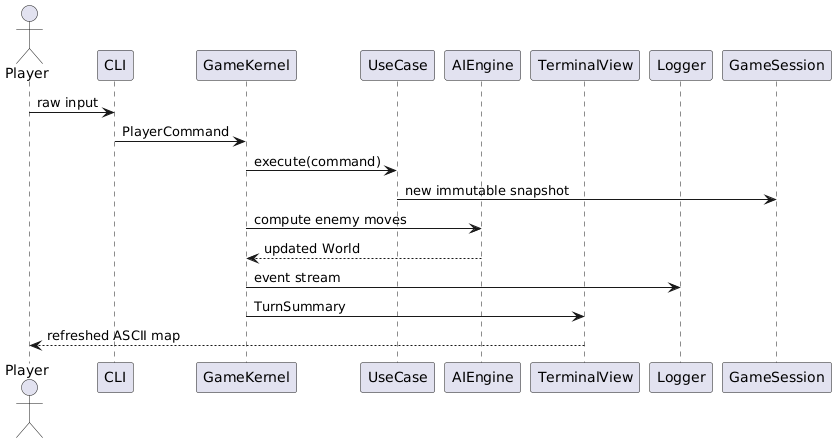
Above: docs/03_architecture_design/sequence_arch_sclata.png in ferriforty/PPS-24-Scalata (PlantUML), before the change. Source of this version:
```plantuml
@startuml
actor Player
Participant CLI as CLI
Participant GameKernel
Participant UseCase as UC
Participant AIEngine
Participant TerminalView as TV
Participant Logger

Player -> CLI : raw input
CLI -> GameKernel : PlayerCommand
GameKernel -> UC : execute(command)
UC -> GameSession : new immutable snapshot
GameKernel -> AIEngine : compute enemy moves
AIEngine --> GameKernel : updated World
GameKernel -> Logger : event stream
GameKernel -> TV : TurnSummary
TV --> Player : refreshed ASCII map
@enduml
```
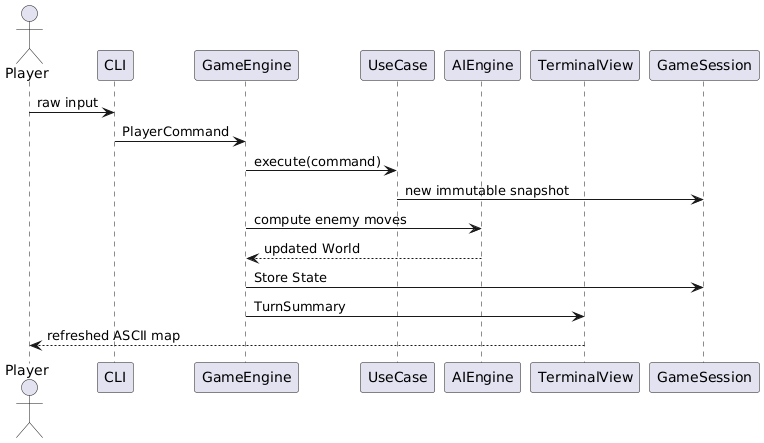
Later version of the same file.

The edit, as a diff of the source:
```diff
@@ -1,19 +1,18 @@
 @startuml
 actor Player
 Participant CLI as CLI
-Participant GameKernel
+Participant GameEngine
 Participant UseCase as UC
 Participant AIEngine
 Participant TerminalView as TV
-Participant Logger
 
 Player -> CLI : raw input
-CLI -> GameKernel : PlayerCommand
-GameKernel -> UC : execute(command)
+CLI -> GameEngine : PlayerCommand
+GameEngine -> UC : execute(command)
 UC -> GameSession : new immutable snapshot
-GameKernel -> AIEngine : compute enemy moves
-AIEngine --> GameKernel : updated World
-GameKernel -> Logger : event stream
-GameKernel -> TV : TurnSummary
+GameEngine -> AIEngine : compute enemy moves
+AIEngine --> GameEngine : updated World
+GameEngine -> GameSession : Store State
+GameEngine -> TV : TurnSummary
 TV --> Player : refreshed ASCII map
 @enduml
```
